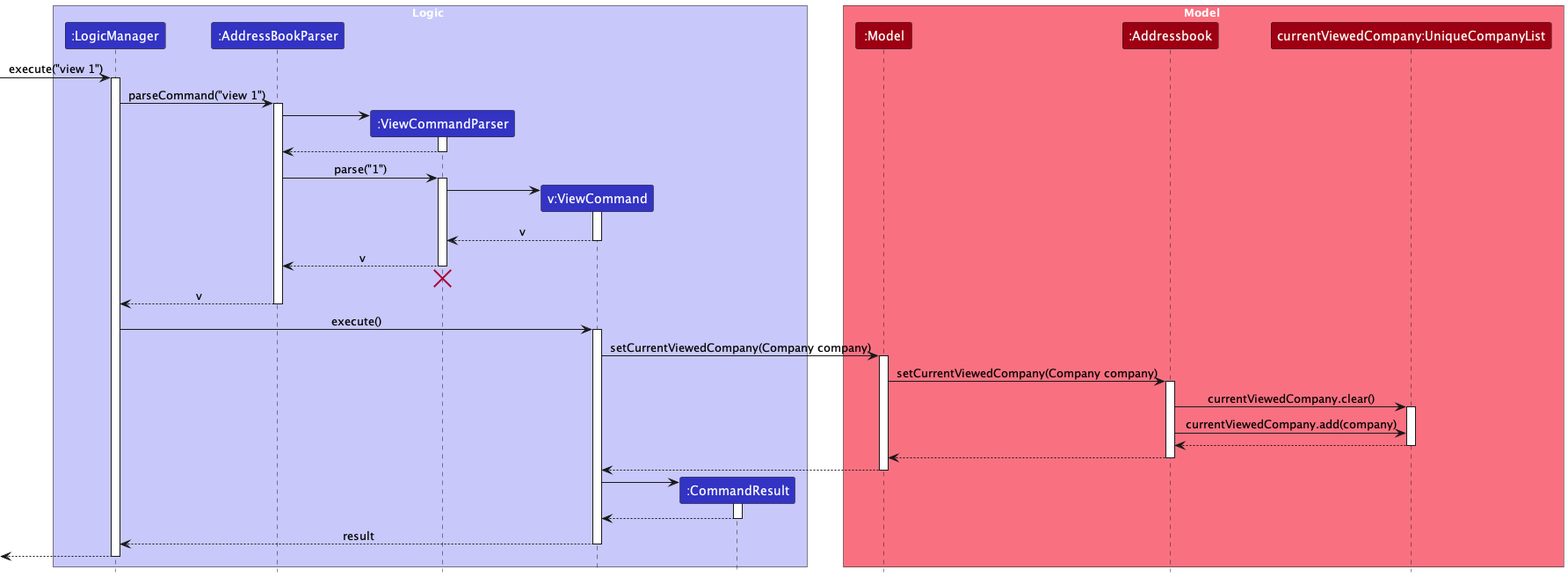
Before: docs/images/ViewSequenceDiagram.png, a diagram exported from PlantUML (tayruxin/tp). The source it was exported from:
```plantuml
@startuml
!include style.puml
skinparam ArrowFontStyle plain

box Logic LOGIC_COLOR_T1

participant ":LogicManager" as LogicManager LOGIC_COLOR
participant ":AddressBookParser" as AddressBookParser LOGIC_COLOR
participant ":ViewCommandParser" as ViewCommandParser LOGIC_COLOR
participant "v:ViewCommand" as ViewCommand LOGIC_COLOR
participant ":CommandResult" as CommandResult LOGIC_COLOR

end box

box Model MODEL_COLOR_T1
participant ":Model" as Model MODEL_COLOR
participant ":Addressbook" as Addressbook MODEL_COLOR
participant "currentViewedCompany:UniqueCompanyList" as UniqueCompanyList MODEL_COLOR
end box

[-> LogicManager : execute("view 1")
activate LogicManager

LogicManager -> AddressBookParser : parseCommand("view 1")
activate AddressBookParser

create ViewCommandParser
AddressBookParser -> ViewCommandParser
activate ViewCommandParser

ViewCommandParser --> AddressBookParser
deactivate ViewCommandParser

AddressBookParser -> ViewCommandParser : parse("1")
activate ViewCommandParser

create ViewCommand
ViewCommandParser -> ViewCommand
activate ViewCommand

ViewCommand --> ViewCommandParser : v
deactivate ViewCommand

ViewCommandParser --> AddressBookParser : v
deactivate ViewCommandParser
ViewCommandParser -[hidden]-> AddressBookParser
destroy ViewCommandParser

AddressBookParser --> LogicManager : v
deactivate AddressBookParser

LogicManager -> ViewCommand : execute()
activate ViewCommand

ViewCommand -> Model : setCurrentViewedCompany(Company company)

activate Model
Model -> Addressbook : setCurrentViewedCompany(Company company)

activate Addressbook
Addressbook -> UniqueCompanyList: currentViewedCompany.clear()
activate UniqueCompanyList
Addressbook -> UniqueCompanyList: currentViewedCompany.add(company)
UniqueCompanyList --> Addressbook
deactivate UniqueCompanyList
Addressbook --> Model
deactivate Addressbook
Model --> ViewCommand
deactivate Model

create CommandResult
ViewCommand -> CommandResult
activate CommandResult

CommandResult --> ViewCommand
deactivate CommandResult

ViewCommand --> LogicManager : result
deactivate ViewCommand

deactivate Addressbook

[<--LogicManager
deactivate LogicManager





@enduml
```
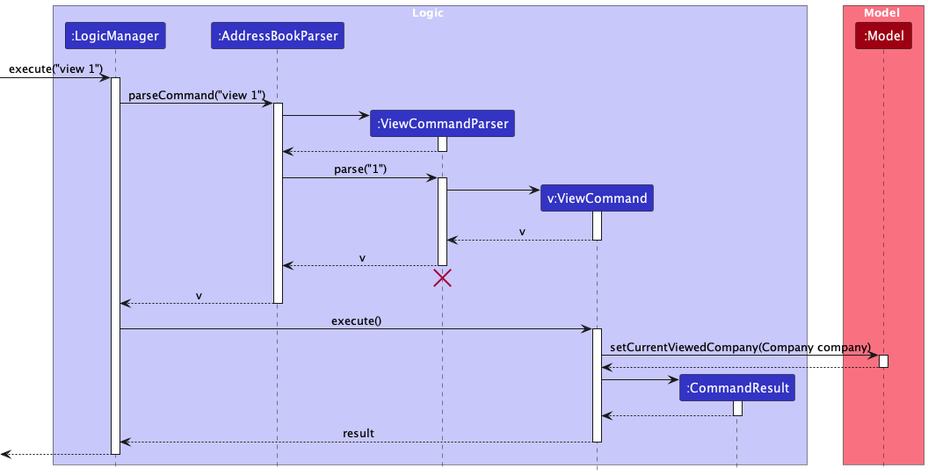
After the commit.

Commit message:
Seperate the implementation of detail panel and view command

The edit, as a diff of the source:
```diff
@@ -14,8 +14,6 @@
 
 box Model MODEL_COLOR_T1
 participant ":Model" as Model MODEL_COLOR
-participant ":Addressbook" as Addressbook MODEL_COLOR
-participant "currentViewedCompany:UniqueCompanyList" as UniqueCompanyList MODEL_COLOR
 end box
 
 [-> LogicManager : execute("view 1")
@@ -55,16 +53,7 @@
 ViewCommand -> Model : setCurrentViewedCompany(Company company)
 
 activate Model
-Model -> Addressbook : setCurrentViewedCompany(Company company)
 
-activate Addressbook
-Addressbook -> UniqueCompanyList: currentViewedCompany.clear()
-activate UniqueCompanyList
-Addressbook -> UniqueCompanyList: currentViewedCompany.add(company)
-UniqueCompanyList --> Addressbook
-deactivate UniqueCompanyList
-Addressbook --> Model
-deactivate Addressbook
 Model --> ViewCommand
 deactivate Model
 
@@ -78,8 +67,6 @@
 ViewCommand --> LogicManager : result
 deactivate ViewCommand
 
-deactivate Addressbook
-
 [<--LogicManager
 deactivate LogicManager
 
```
